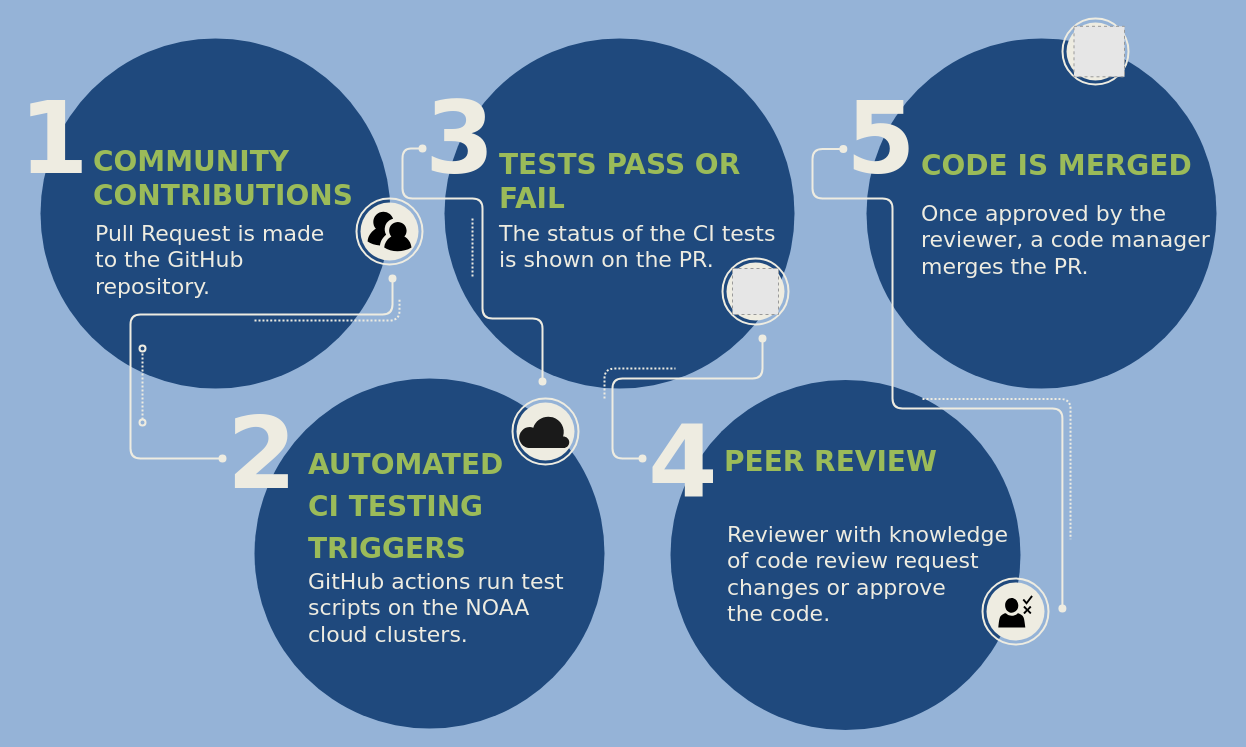
This is Flowchart2AGU22.drawio from laurenchilutti/draw_io, a draw.io file, before an edit. Source tidied: cells renumbered, new cells numbered last; positions are measured from the earlier drawing's top-left corner, leaving out a move shared by most shapes. Both pictures are drawn from the tidied source at 100%, with x=0, y=0 at pixel (17, 18). Pictures stored in the file or linked from it are replaced by grey dashed boxes.
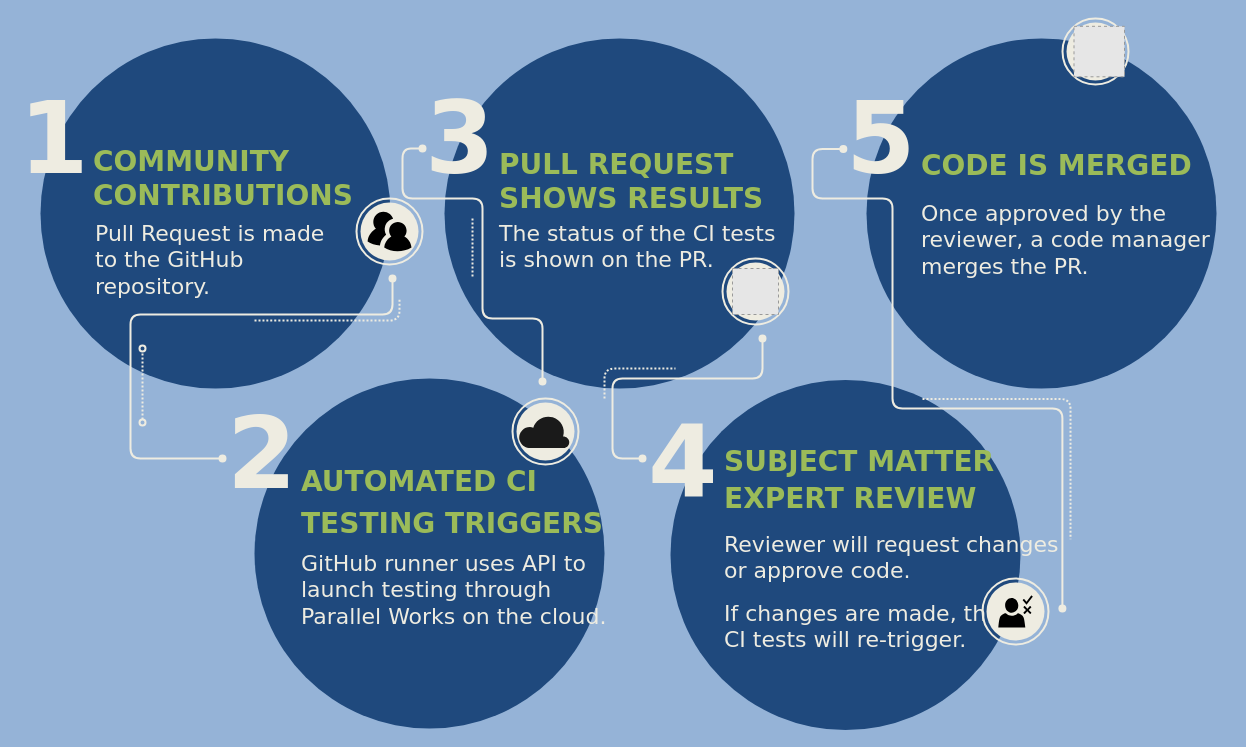
After the change.

Change to the diagram source:
```diff
@@
-    <mxCell id="7" value="&lt;div style=&quot;line-height: 150%; font-size: 28px;&quot;&gt;&lt;font style=&quot;font-size: 28px;&quot; color=&quot;#9bbb59&quot;&gt;AUTOMATED&lt;/font&gt;&lt;/div&gt;&lt;div style=&quot;line-height: 150%; font-size: 28px;&quot;&gt;&lt;font style=&quot;font-size: 28px;&quot; color=&quot;#9bbb59&quot;&gt;CI&amp;nbsp;&lt;/font&gt;&lt;span style=&quot;color: rgb(155, 187, 89); background-color: initial;&quot;&gt;TESTING&lt;/span&gt;&lt;/div&gt;&lt;div style=&quot;line-height: 150%; font-size: 28px;&quot;&gt;&lt;span style=&quot;color: rgb(155, 187, 89); background-color: initial;&quot;&gt;TRIGGERS&lt;/span&gt;&lt;/div&gt;" style="text;html=1;align=left;verticalAlign=top;spacingTop=-4;fontSize=24;fontFamily=Verdana;fontColor=#DDDDDD;fontStyle=1;" parent="1" vertex="1">
-      <mxGeometry x="289" y="423" width="220" height="130" as="geometry" />
+    <mxCell id="7" value="&lt;div style=&quot;line-height: 150%; font-size: 28px;&quot;&gt;&lt;font style=&quot;font-size: 28px;&quot; color=&quot;#9bbb59&quot;&gt;AUTOMATED&amp;nbsp;&lt;/font&gt;&lt;font style=&quot;background-color: initial;&quot; color=&quot;#9bbb59&quot;&gt;CI&lt;/font&gt;&lt;/div&gt;&lt;div style=&quot;line-height: 150%; font-size: 28px;&quot;&gt;&lt;span style=&quot;background-color: initial; color: rgb(155, 187, 89);&quot;&gt;TESTING&amp;nbsp;&lt;/span&gt;&lt;span style=&quot;background-color: initial; color: rgb(155, 187, 89);&quot;&gt;TRIGGERS&lt;/span&gt;&lt;/div&gt;" style="text;html=1;align=left;verticalAlign=top;spacingTop=-4;fontSize=24;fontFamily=Verdana;fontColor=#DDDDDD;fontStyle=1;" parent="1" vertex="1">
+      <mxGeometry x="282" y="440" width="300" height="90" as="geometry" />
     </mxCell>
@@
-    <mxCell id="9" value="&lt;div style=&quot;line-height: 120%; font-size: 22px;&quot;&gt;&lt;font color=&quot;#eeece1&quot; style=&quot;line-height: 120%; font-size: 22px;&quot;&gt;GitHub actions run test&lt;/font&gt;&lt;/div&gt;&lt;div style=&quot;line-height: 120%; font-size: 22px;&quot;&gt;&lt;font color=&quot;#eeece1&quot; style=&quot;line-height: 120%; font-size: 22px;&quot;&gt;scripts&amp;nbsp;&lt;/font&gt;&lt;span style=&quot;color: rgb(238, 236, 225); background-color: initial;&quot;&gt;on the NOAA&lt;/span&gt;&lt;/div&gt;&lt;div style=&quot;line-height: 120%; font-size: 22px;&quot;&gt;&lt;span style=&quot;color: rgb(238, 236, 225); background-color: initial;&quot;&gt;cloud clusters.&lt;/span&gt;&lt;/div&gt;" style="text;align=left;verticalAlign=top;spacingTop=-4;fontSize=16;fontFamily=Verdana;fontColor=#888888;html=1;" parent="1" vertex="1">
-      <mxGeometry x="289" y="548" width="280" height="90" as="geometry" />
+    <mxCell id="9" value="&lt;div style=&quot;line-height: 120%; font-size: 22px;&quot;&gt;&lt;div style=&quot;line-height: 120%;&quot;&gt;&lt;font color=&quot;#eeece1&quot;&gt;GitHub runner uses API to&lt;/font&gt;&lt;/div&gt;&lt;div style=&quot;line-height: 120%;&quot;&gt;&lt;font color=&quot;#eeece1&quot;&gt;launch testing through&lt;/font&gt;&lt;/div&gt;&lt;div style=&quot;line-height: 120%;&quot;&gt;&lt;font color=&quot;#eeece1&quot;&gt;Parallel Works on&amp;nbsp;&lt;/font&gt;&lt;span style=&quot;color: rgb(238, 236, 225); background-color: initial;&quot;&gt;the cloud.&lt;/span&gt;&lt;/div&gt;&lt;/div&gt;" style="text;align=left;verticalAlign=top;spacingTop=-4;fontSize=16;fontFamily=Verdana;fontColor=#888888;html=1;" parent="1" vertex="1">
+      <mxGeometry x="282" y="530" width="270" height="90" as="geometry" />
     </mxCell>
@@
-    <mxCell id="25" value="&lt;font style=&quot;font-size: 28px;&quot; color=&quot;#9bbb59&quot;&gt;TESTS PASS OR&lt;br&gt;FAIL&lt;br&gt;&lt;/font&gt;" style="text;html=1;align=left;verticalAlign=top;spacingTop=-4;fontSize=24;fontFamily=Verdana;fontColor=#DDDDDD;fontStyle=1;" parent="1" vertex="1">
-      <mxGeometry x="480" y="127" width="270" height="70" as="geometry" />
+    <mxCell id="25" value="&lt;font style=&quot;font-size: 28px;&quot; color=&quot;#9bbb59&quot;&gt;PULL REQUEST&lt;br&gt;SHOWS RESULTS&lt;br&gt;&lt;/font&gt;" style="text;html=1;align=left;verticalAlign=top;spacingTop=-4;fontSize=24;fontFamily=Verdana;fontColor=#DDDDDD;fontStyle=1;" parent="1" vertex="1">
+      <mxGeometry x="480" y="127" width="260" height="70" as="geometry" />
     </mxCell>
-    <mxCell id="26" value="&lt;div style=&quot;line-height: 150%&quot;&gt;&lt;font style=&quot;font-size: 28px;&quot; color=&quot;#9bbb59&quot;&gt;PEER REVIEW&lt;/font&gt;&lt;/div&gt;" style="text;html=1;align=left;verticalAlign=top;spacingTop=-4;fontSize=24;fontFamily=Verdana;fontColor=#DDDDDD;fontStyle=1;" parent="1" vertex="1">
-      <mxGeometry x="705" y="423" width="240" height="50" as="geometry" />
+    <mxCell id="26" value="&lt;div style=&quot;line-height: 150%&quot;&gt;&lt;font style=&quot;font-size: 28px;&quot; color=&quot;#9bbb59&quot;&gt;SUBJECT MATTER&lt;br&gt;EXPERT REVIEW&lt;/font&gt;&lt;/div&gt;" style="text;html=1;align=left;verticalAlign=top;spacingTop=-4;fontSize=24;fontFamily=Verdana;fontColor=#DDDDDD;fontStyle=1;" parent="1" vertex="1">
+      <mxGeometry x="705" y="423" width="280" height="80" as="geometry" />
     </mxCell>
@@
-    <mxCell id="28" value="&lt;font style=&quot;font-size: 22px;&quot; color=&quot;#eeece1&quot;&gt;Reviewer with knowledge&lt;br&gt;of&amp;nbsp;code review request&lt;br&gt;changes or approve&lt;br&gt;the code.&lt;br&gt;&lt;/font&gt;" style="text;html=1;align=left;verticalAlign=top;spacingTop=-4;fontSize=16;fontColor=#888888;fontFamily=Verdana;" parent="1" vertex="1">
-      <mxGeometry x="708" y="500.5" width="300" height="110" as="geometry" />
+    <mxCell id="28" value="&lt;font style=&quot;font-size: 22px;&quot; color=&quot;#eeece1&quot;&gt;Reviewer will request changes&lt;br&gt;or approve code.&lt;br&gt;&lt;/font&gt;" style="text;html=1;align=left;verticalAlign=top;spacingTop=-4;fontSize=16;fontColor=#888888;fontFamily=Verdana;" parent="1" vertex="1">
+      <mxGeometry x="705" y="510.5" width="290" height="60" as="geometry" />
     </mxCell>
@@
+    <mxCell id="52" value="&lt;font style=&quot;font-size: 22px;&quot; color=&quot;#eeece1&quot;&gt;If changes are made, the&amp;nbsp;&lt;br&gt;CI tests will re-trigger.&lt;br&gt;&lt;/font&gt;" style="text;html=1;align=left;verticalAlign=top;spacingTop=-4;fontSize=16;fontColor=#888888;fontFamily=Verdana;" parent="1" vertex="1">
+      <mxGeometry x="705" y="580" width="240" height="60" as="geometry" />
+    </mxCell>
```
